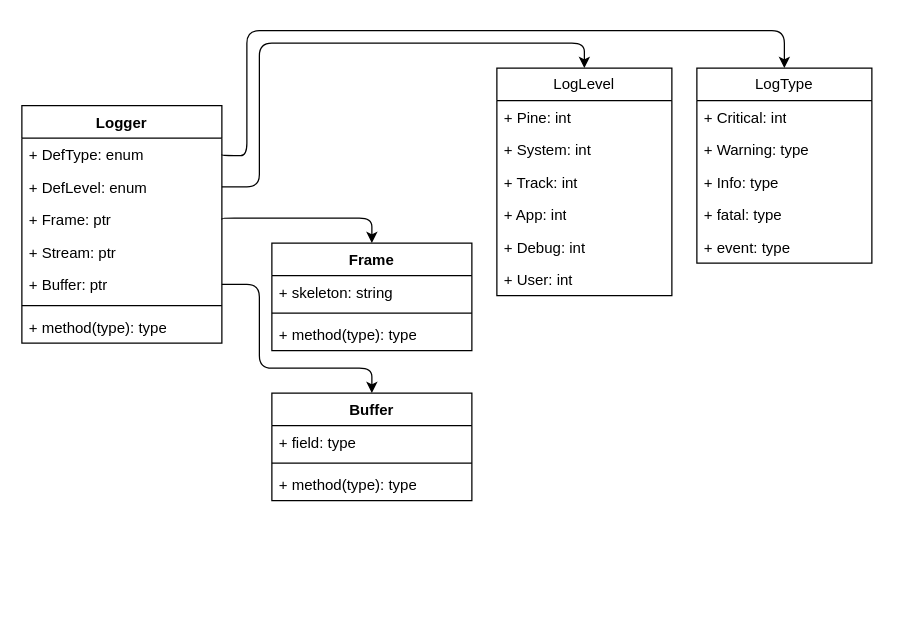
Before: docs/Schema/PineSchema.drawio in NelsonTheLotus/PineLogger, a draw.io diagram. Source tidied: cells renumbered, new cells numbered last; positions are measured from the earlier drawing's top-left corner, leaving out a move shared by most shapes. Both pictures are drawn from the tidied source at 125%, with x=0, y=0 at pixel (21, 30).
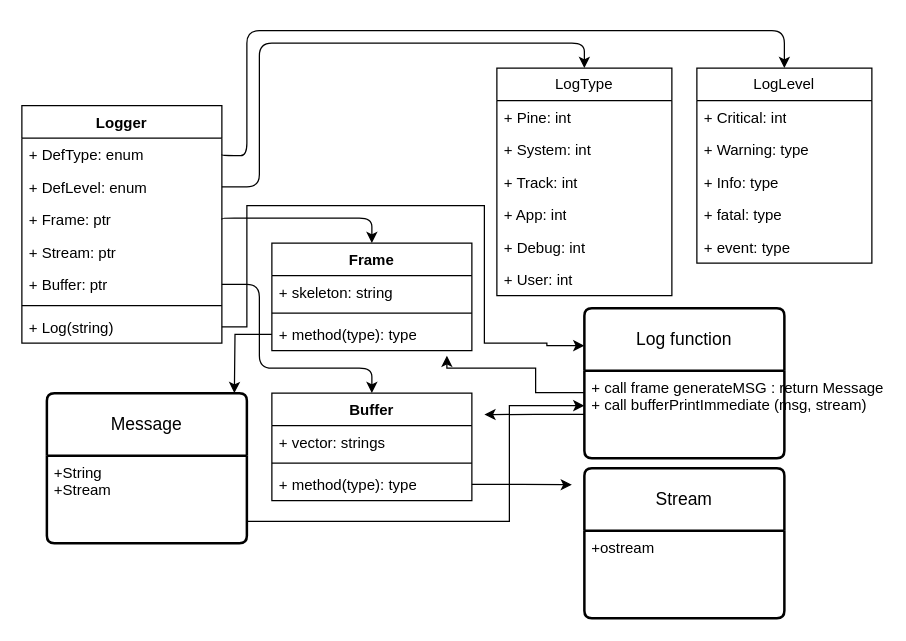
After the change.

The change refers to these unchanged cells:
```xml
<mxCell id="3" value="Logger" style="swimlane;fontStyle=1;align=center;verticalAlign=top;horizontal=1;startSize=26;whiteSpace=wrap;html=1;" parent="1" vertex="1">
  <mxGeometry y="60" width="160" height="190" as="geometry" />
</mxCell>
<mxCell id="11" value="Frame" style="swimlane;fontStyle=1;align=center;verticalAlign=top;horizontal=1;startSize=26;whiteSpace=wrap;html=1;" parent="1" vertex="1">
  <mxGeometry x="200" y="170" width="160" height="86" as="geometry" />
</mxCell>
<mxCell id="14" value="+ method(type): type" style="text;strokeColor=none;fillColor=none;align=left;verticalAlign=top;spacingLeft=4;spacingRight=4;overflow=hidden;points=[[0,0.5],[1,0.5]];portConstraint=eastwest;whiteSpace=wrap;html=1;" parent="11" vertex="1">
  <mxGeometry y="60" width="160" height="26" as="geometry" />
</mxCell>
<mxCell id="30" value="Buffer" style="swimlane;fontStyle=1;align=center;verticalAlign=top;horizontal=1;startSize=26;whiteSpace=wrap;html=1;" parent="1" vertex="1">
  <mxGeometry x="200" y="290" width="160" height="86" as="geometry" />
</mxCell>
<mxCell id="33" value="+ method(type): type" style="text;strokeColor=none;fillColor=none;align=left;verticalAlign=top;spacingLeft=4;spacingRight=4;overflow=hidden;points=[[0,0.5],[1,0.5]];portConstraint=eastwest;whiteSpace=wrap;html=1;" parent="30" vertex="1">
  <mxGeometry y="60" width="160" height="26" as="geometry" />
</mxCell>
```

What changed in the source:
```diff
@@
-    <mxCell id="10" value="+ method(type): type" style="text;strokeColor=none;fillColor=none;align=left;verticalAlign=top;spacingLeft=4;spacingRight=4;overflow=hidden;points=[[0,0.5],[1,0.5]];portConstraint=eastwest;whiteSpace=wrap;html=1;" parent="3" vertex="1">
+    <mxCell id="10" value="+ Log(string)" style="text;strokeColor=none;fillColor=none;align=left;verticalAlign=top;spacingLeft=4;spacingRight=4;overflow=hidden;points=[[0,0.5],[1,0.5]];portConstraint=eastwest;whiteSpace=wrap;html=1;" parent="3" vertex="1">
       <mxGeometry y="164" width="160" height="26" as="geometry" />
     </mxCell>
@@
+    <mxCell id="35" style="edgeStyle=orthogonalEdgeStyle;rounded=0;jettySize=auto;html=1;exitX=0;exitY=0.5;exitDx=0;exitDy=0;" parent="11" edge="1" source="14">
+      <mxGeometry relative="1" as="geometry">
+        <mxPoint x="-30" y="120" as="targetPoint" />
+      </mxGeometry>
+    </mxCell>
@@
-    <mxCell id="15" value="LogLevel" style="swimlane;fontStyle=0;horizontal=1;startSize=26;fillColor=none;whiteSpace=wrap;html=1;" parent="1" vertex="1">
+    <mxCell id="15" value="LogType" style="swimlane;fontStyle=0;horizontal=1;startSize=26;fillColor=none;whiteSpace=wrap;html=1;" parent="1" vertex="1">
       <mxGeometry x="380" y="30" width="140" height="182" as="geometry" />
     </mxCell>
@@
-    <mxCell id="22" value="LogType&lt;br&gt;" style="swimlane;fontStyle=0;horizontal=1;startSize=26;fillColor=none;whiteSpace=wrap;html=1;" parent="1" vertex="1">
+    <mxCell id="22" value="LogLevel" style="swimlane;fontStyle=0;horizontal=1;startSize=26;fillColor=none;whiteSpace=wrap;html=1;" parent="1" vertex="1">
       <mxGeometry x="540" y="30" width="140" height="156" as="geometry" />
     </mxCell>
@@
-    <mxCell id="31" value="+ field: type" style="text;strokeColor=none;fillColor=none;align=left;verticalAlign=top;spacingLeft=4;spacingRight=4;overflow=hidden;whiteSpace=wrap;html=1;" parent="30" vertex="1">
+    <mxCell id="31" value="+ vector: strings" style="text;strokeColor=none;fillColor=none;align=left;verticalAlign=top;spacingLeft=4;spacingRight=4;overflow=hidden;whiteSpace=wrap;html=1;" parent="30" vertex="1">
       <mxGeometry y="26" width="160" height="26" as="geometry" />
     </mxCell>
@@
+    <mxCell id="36" style="edgeStyle=orthogonalEdgeStyle;rounded=0;jettySize=auto;html=1;exitX=1;exitY=0.5;exitDx=0;exitDy=0;" parent="30" edge="1" source="33">
+      <mxGeometry relative="1" as="geometry">
+        <mxPoint x="240" y="73.3" as="targetPoint" />
+      </mxGeometry>
+    </mxCell>
@@
+    <mxCell id="37" value="Log function" style="swimlane;horizontal=1;startSize=50;rounded=1;fontSize=14;fontStyle=0;strokeWidth=2;shadow=0;dashed=0;align=center;arcSize=4;whiteSpace=wrap;html=1;" parent="1" vertex="1">
+      <mxGeometry x="450" y="222" width="160" height="120" as="geometry" />
+    </mxCell>
+    <mxCell id="38" value="+ call frame generateMSG : return Message&lt;br&gt;+ call bufferPrintImmediate (msg, stream)" style="align=left;strokeColor=none;fillColor=none;spacingLeft=4;fontSize=12;verticalAlign=top;html=1;" parent="37" vertex="1">
+      <mxGeometry y="50" width="160" height="70" as="geometry" />
+    </mxCell>
+    <mxCell id="39" style="edgeStyle=orthogonalEdgeStyle;rounded=0;jettySize=auto;html=1;exitX=1;exitY=0.5;exitDx=0;exitDy=0;entryX=0;entryY=0.25;entryDx=0;entryDy=0;" parent="1" edge="1" source="10" target="37">
+      <mxGeometry relative="1" as="geometry">
+        <Array as="points">
+          <mxPoint x="180" y="237" />
+          <mxPoint x="180" y="140" />
+          <mxPoint x="370" y="140" />
+          <mxPoint x="370" y="250" />
+          <mxPoint x="420" y="250" />
+          <mxPoint x="420" y="252" />
+        </Array>
+      </mxGeometry>
+    </mxCell>
+    <mxCell id="40" style="edgeStyle=orthogonalEdgeStyle;rounded=0;jettySize=auto;html=1;exitX=0;exitY=0.25;exitDx=0;exitDy=0;" parent="1" edge="1" source="38">
+      <mxGeometry relative="1" as="geometry">
+        <mxPoint x="340" y="260" as="targetPoint" />
+        <Array as="points">
+          <mxPoint x="411" y="290" />
+          <mxPoint x="411" y="270" />
+          <mxPoint x="340" y="270" />
+        </Array>
+      </mxGeometry>
+    </mxCell>
+    <mxCell id="41" style="edgeStyle=orthogonalEdgeStyle;rounded=0;jettySize=auto;html=1;exitX=0;exitY=0.5;exitDx=0;exitDy=0;" parent="1" edge="1" source="38">
+      <mxGeometry relative="1" as="geometry">
+        <mxPoint x="370" y="307.2" as="targetPoint" />
+      </mxGeometry>
+    </mxCell>
+    <mxCell id="42" value="Message" style="swimlane;horizontal=1;startSize=50;rounded=1;fontSize=14;fontStyle=0;strokeWidth=2;shadow=0;dashed=0;align=center;arcSize=4;whiteSpace=wrap;html=1;" parent="1" vertex="1">
+      <mxGeometry x="20" y="290" width="160" height="120" as="geometry" />
+    </mxCell>
+    <mxCell id="43" value="+String&lt;br&gt;+Stream" style="align=left;strokeColor=none;fillColor=none;spacingLeft=4;fontSize=12;verticalAlign=top;html=1;" parent="42" vertex="1">
+      <mxGeometry y="50" width="160" height="70" as="geometry" />
+    </mxCell>
+    <mxCell id="44" style="edgeStyle=orthogonalEdgeStyle;rounded=0;jettySize=auto;html=1;exitX=1;exitY=0.75;exitDx=0;exitDy=0;entryX=0;entryY=0.4;entryDx=0;entryDy=0;entryPerimeter=0;" parent="1" edge="1" source="43" target="38">
+      <mxGeometry relative="1" as="geometry">
+        <Array as="points">
+          <mxPoint x="390" y="392" />
+          <mxPoint x="390" y="300" />
+        </Array>
+      </mxGeometry>
+    </mxCell>
+    <mxCell id="45" value="Stream" style="swimlane;horizontal=1;startSize=50;rounded=1;fontSize=14;fontStyle=0;strokeWidth=2;shadow=0;dashed=0;align=center;arcSize=4;whiteSpace=wrap;html=1;" parent="1" vertex="1">
+      <mxGeometry x="450" y="350" width="160" height="120" as="geometry" />
+    </mxCell>
+    <mxCell id="46" value="+ostream&lt;br&gt;" style="align=left;strokeColor=none;fillColor=none;spacingLeft=4;fontSize=12;verticalAlign=top;html=1;" parent="45" vertex="1">
+      <mxGeometry y="50" width="160" height="70" as="geometry" />
+    </mxCell>
```
